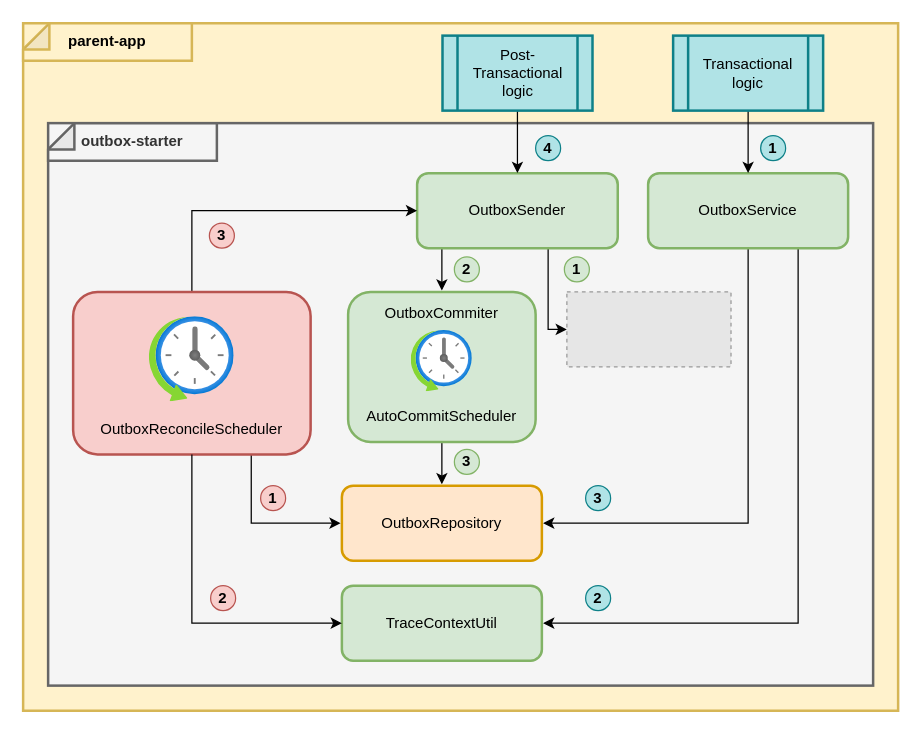
Above: outbox-starter.drawio in ggruzdov/outbox (draw.io), before the change. Source tidied: cells renumbered, new cells numbered last; positions are measured from the earlier drawing's top-left corner, leaving out a move shared by most shapes. Both pictures are drawn from the tidied source at 125%, with x=0, y=0 at pixel (22, 22). Pictures stored in the file or linked from it are replaced by grey dashed boxes.
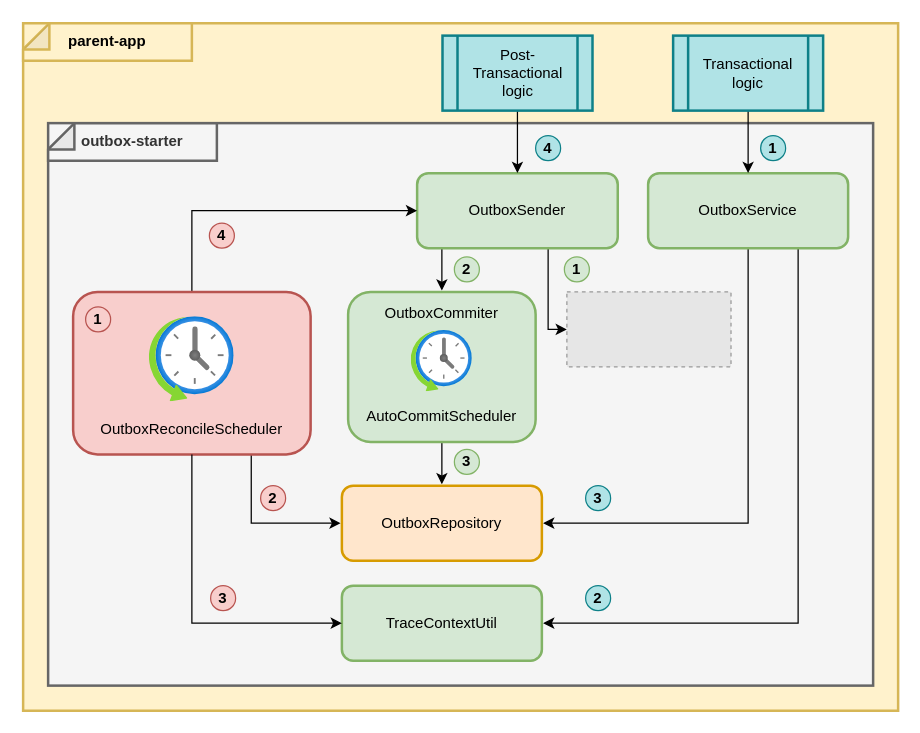
After the change.

Commit message (it also covers changes not shown here):
Update outbox-starter architecture

What changed in the source:
```diff
@@
-    <mxCell id="33" value="&lt;b&gt;3&lt;/b&gt;" style="ellipse;whiteSpace=wrap;html=1;fillColor=#f8cecc;strokeColor=#b85450;" parent="1" vertex="1">
+    <mxCell id="33" value="&lt;b&gt;4&lt;/b&gt;" style="ellipse;whiteSpace=wrap;html=1;fillColor=#f8cecc;strokeColor=#b85450;" parent="1" vertex="1">
       <mxGeometry x="149" y="160" width="20" height="20" as="geometry" />
     </mxCell>
-    <mxCell id="34" value="&lt;b&gt;2&lt;/b&gt;" style="ellipse;whiteSpace=wrap;html=1;fillColor=#f8cecc;strokeColor=#b85450;" parent="1" vertex="1">
+    <mxCell id="34" value="&lt;b&gt;3&lt;/b&gt;" style="ellipse;whiteSpace=wrap;html=1;fillColor=#f8cecc;strokeColor=#b85450;" parent="1" vertex="1">
       <mxGeometry x="150" y="450" width="20" height="20" as="geometry" />
     </mxCell>
-    <mxCell id="35" value="&lt;b&gt;1&lt;/b&gt;" style="ellipse;whiteSpace=wrap;html=1;fillColor=#f8cecc;strokeColor=#b85450;" parent="1" vertex="1">
+    <mxCell id="35" value="&lt;b&gt;2&lt;/b&gt;" style="ellipse;whiteSpace=wrap;html=1;fillColor=#f8cecc;strokeColor=#b85450;" parent="1" vertex="1">
       <mxGeometry x="190" y="370" width="20" height="20" as="geometry" />
     </mxCell>
@@
+    <mxCell id="40" value="&lt;b&gt;1&lt;/b&gt;" style="ellipse;whiteSpace=wrap;html=1;fillColor=#f8cecc;strokeColor=#b85450;" parent="1" vertex="1">
+      <mxGeometry x="50" y="227" width="20" height="20" as="geometry" />
+    </mxCell>
```
